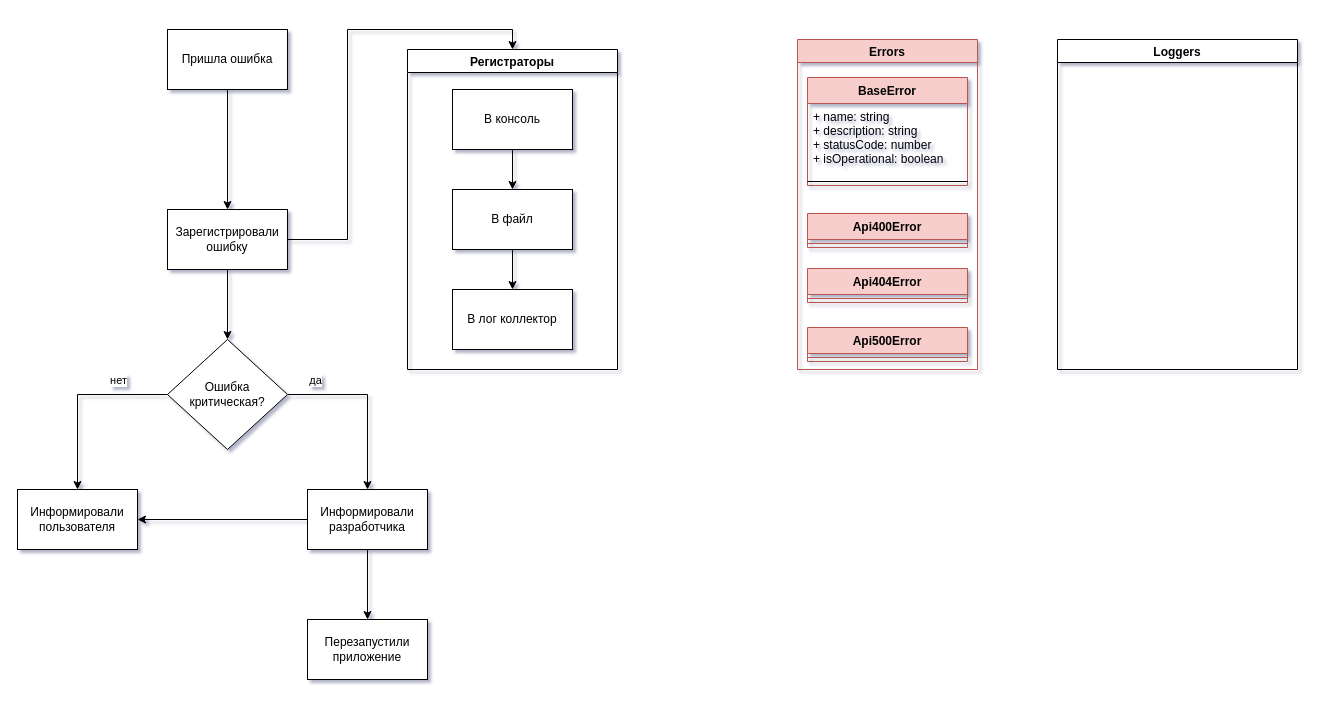
Before: page "Страница 1" (1 of 2) of draws/uml.drawio in m-valkov/scout-backend, a draw.io diagram. Source tidied: cells renumbered, new cells numbered last; positions are measured from the earlier drawing's top-left corner, leaving out a move shared by most shapes. Both pictures are drawn from the tidied source at 100%, with x=0, y=0 at pixel (17, 29).
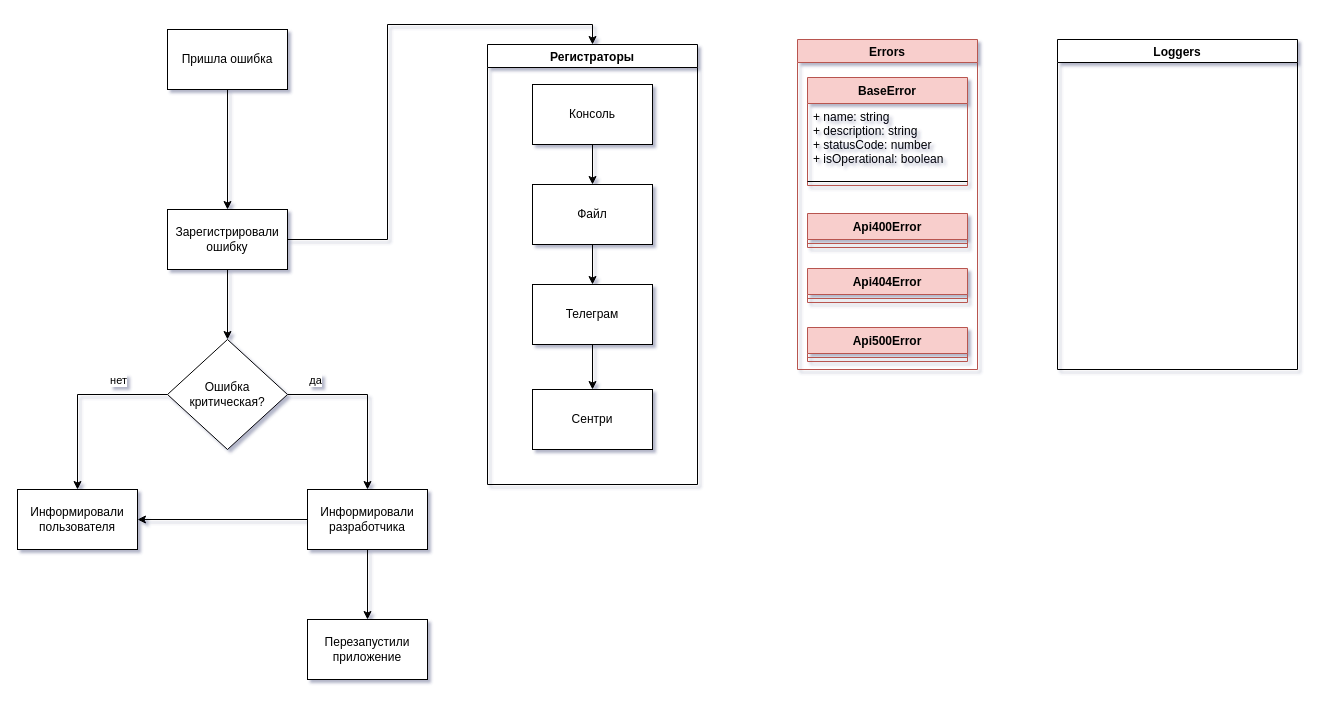
Above is the later version.

Change to the diagram source:
```diff
@@
     <mxCell id="2" value="Регистраторы" style="swimlane;" parent="1" vertex="1">
-      <mxGeometry x="390" y="20" width="210" height="320" as="geometry" />
+      <mxGeometry x="470" y="15" width="210" height="440" as="geometry" />
     </mxCell>
-    <mxCell id="3" value="В консоль" style="rounded=0;whiteSpace=wrap;html=1;" parent="2" vertex="1">
+    <mxCell id="3" value="Консоль" style="rounded=0;whiteSpace=wrap;html=1;" parent="2" vertex="1">
       <mxGeometry x="45" y="40" width="120" height="60" as="geometry" />
     </mxCell>
-    <mxCell id="4" value="В файл" style="rounded=0;whiteSpace=wrap;html=1;" parent="2" vertex="1">
+    <mxCell id="4" value="Файл" style="rounded=0;whiteSpace=wrap;html=1;" parent="2" vertex="1">
       <mxGeometry x="45" y="140" width="120" height="60" as="geometry" />
     </mxCell>
@@
+    <mxCell id="34" style="edgeStyle=orthogonalEdgeStyle;rounded=0;jettySize=auto;html=1;" parent="2" edge="1" source="6" target="35">
+      <mxGeometry relative="1" as="geometry" />
+    </mxCell>
-    <mxCell id="6" value="В лог коллектор" style="rounded=0;whiteSpace=wrap;html=1;" parent="2" vertex="1">
+    <mxCell id="6" value="Телеграм" style="rounded=0;whiteSpace=wrap;html=1;" parent="2" vertex="1">
       <mxGeometry x="45" y="240" width="120" height="60" as="geometry" />
     </mxCell>
@@
+    <mxCell id="35" value="Сентри" style="rounded=0;whiteSpace=wrap;html=1;" parent="2" vertex="1">
+      <mxGeometry x="45" y="345" width="120" height="60" as="geometry" />
+    </mxCell>
```
